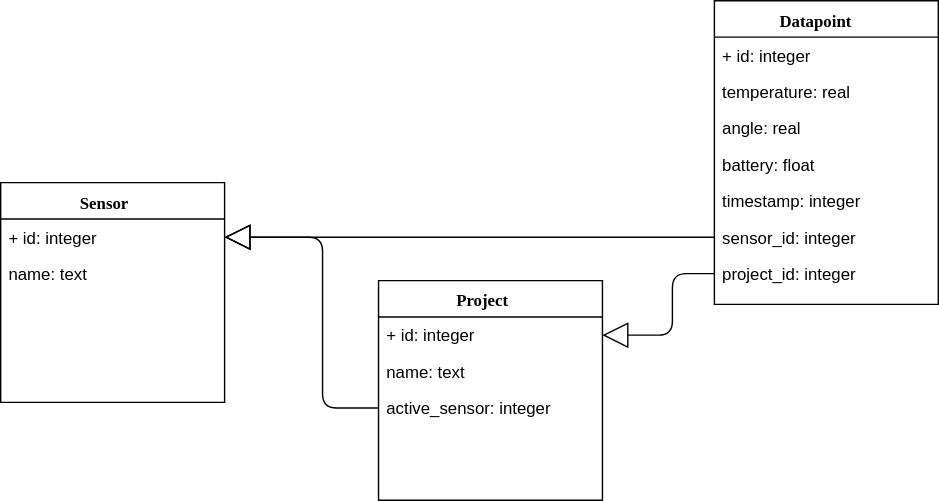
The draw.io diagram documentation/Database.svg in jordanpenard/brew-monitor, before a commit. Source tidied: cells renumbered, new cells last; positions are measured from the earlier drawing's top-left corner, leaving out a move shared by most shapes.
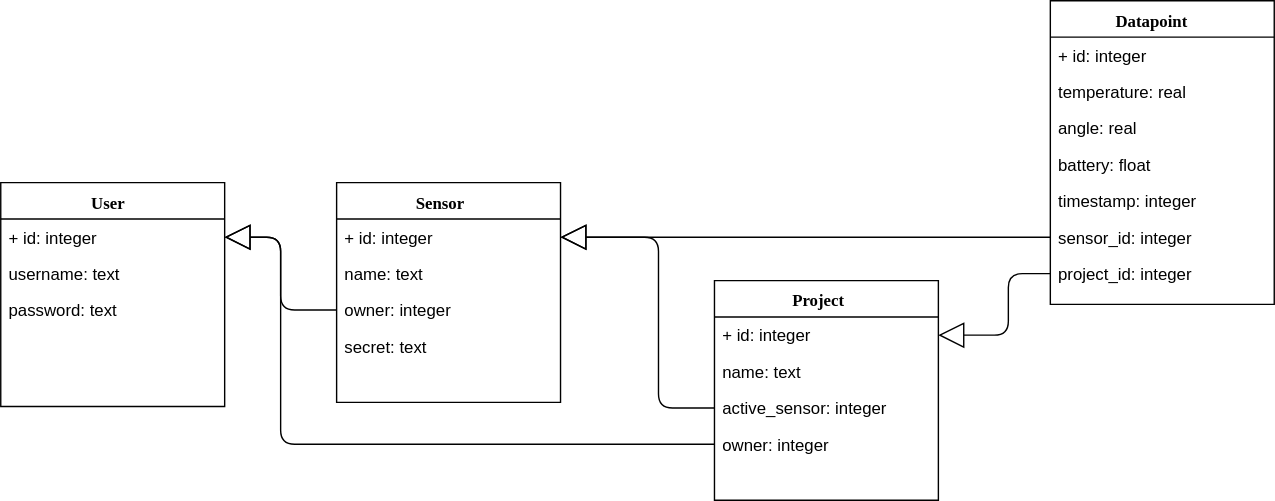
The same diagram one commit later.

Commit message:
[DB doc] Adding user managment (User table and owner fields) and secret field to Sensor

What changed in the source:
```diff
@@ -11,6 +11,12 @@
     <mxCell id="4" value="name: text" style="text;html=1;strokeColor=none;fillColor=none;align=left;verticalAlign=top;spacingLeft=4;spacingRight=4;whiteSpace=wrap;overflow=hidden;" parent="2" vertex="1">
       <mxGeometry y="52" width="160" height="26" as="geometry" />
     </mxCell>
+    <mxCell id="20" value="owner: integer" style="text;html=1;strokeColor=none;fillColor=none;align=left;verticalAlign=top;spacingLeft=4;spacingRight=4;whiteSpace=wrap;overflow=hidden;points=[[0,0.5],[1,0.5]];portConstraint=eastwest;" parent="2" vertex="1">
+      <mxGeometry y="78" width="160" height="26" as="geometry" />
+    </mxCell>
+    <mxCell id="21" value="secret: text" style="text;html=1;strokeColor=none;fillColor=none;align=left;verticalAlign=top;spacingLeft=4;spacingRight=4;whiteSpace=wrap;overflow=hidden;" parent="2" vertex="1">
+      <mxGeometry y="104" width="160" height="26" as="geometry" />
+    </mxCell>
     <mxCell id="5" value="Project" style="swimlane;html=1;fontStyle=1;align=center;verticalAlign=top;horizontal=1;startSize=26;swimlaneFillColor=#ffffff;rounded=0;shadow=0;comic=0;labelBackgroundColor=none;strokeWidth=1;fillColor=none;fontFamily=Verdana;fontSize=12;" parent="1" vertex="1">
       <mxGeometry x="270" y="200" width="160" height="157" as="geometry" />
     </mxCell>
@@ -23,6 +29,9 @@
     <mxCell id="8" value="active_sensor: integer" style="text;html=1;strokeColor=none;fillColor=none;align=left;verticalAlign=top;spacingLeft=4;spacingRight=4;whiteSpace=wrap;overflow=hidden;points=[[0,0.5],[1,0.5]];portConstraint=eastwest;" parent="5" vertex="1">
       <mxGeometry y="78" width="160" height="26" as="geometry" />
     </mxCell>
+    <mxCell id="22" value="owner: integer" style="text;html=1;strokeColor=none;fillColor=none;align=left;verticalAlign=top;spacingLeft=4;spacingRight=4;whiteSpace=wrap;overflow=hidden;points=[[0,0.5],[1,0.5]];portConstraint=eastwest;" parent="5" vertex="1">
+      <mxGeometry y="104" width="160" height="26" as="geometry" />
+    </mxCell>
     <mxCell id="9" value="Datapoint" style="swimlane;html=1;fontStyle=1;align=center;verticalAlign=top;horizontal=1;startSize=26;swimlaneFillColor=#ffffff;rounded=0;shadow=0;comic=0;labelBackgroundColor=none;strokeWidth=1;fillColor=none;fontFamily=Verdana;fontSize=12;" parent="1" vertex="1">
       <mxGeometry x="510" width="160" height="217" as="geometry" />
     </mxCell>
@@ -71,5 +80,33 @@
         </Array>
       </mxGeometry>
     </mxCell>
+    <mxCell id="23" value="User" style="swimlane;html=1;fontStyle=1;align=center;verticalAlign=top;horizontal=1;startSize=26;swimlaneFillColor=#ffffff;rounded=0;shadow=0;comic=0;labelBackgroundColor=none;strokeWidth=1;fillColor=none;fontFamily=Verdana;fontSize=12;" parent="1" vertex="1">
+      <mxGeometry x="-240" y="130" width="160" height="160" as="geometry" />
+    </mxCell>
+    <mxCell id="24" value="+ id: integer" style="text;html=1;strokeColor=none;fillColor=none;align=left;verticalAlign=top;spacingLeft=4;spacingRight=4;whiteSpace=wrap;overflow=hidden;points=[[0,0.5],[1,0.5]];portConstraint=eastwest;" parent="23" vertex="1">
+      <mxGeometry y="26" width="160" height="26" as="geometry" />
+    </mxCell>
+    <mxCell id="25" value="username: text" style="text;html=1;strokeColor=none;fillColor=none;align=left;verticalAlign=top;spacingLeft=4;spacingRight=4;whiteSpace=wrap;overflow=hidden;" parent="23" vertex="1">
+      <mxGeometry y="52" width="160" height="26" as="geometry" />
+    </mxCell>
+    <mxCell id="26" value="password: text" style="text;html=1;strokeColor=none;fillColor=none;align=left;verticalAlign=top;spacingLeft=4;spacingRight=4;whiteSpace=wrap;overflow=hidden;" parent="23" vertex="1">
+      <mxGeometry y="78" width="160" height="26" as="geometry" />
+    </mxCell>
+    <mxCell id="27" style="edgeStyle=orthogonalEdgeStyle;html=1;labelBackgroundColor=none;startFill=0;startSize=8;endArrow=block;endFill=0;endSize=16;fontFamily=Verdana;fontSize=12;exitX=0;exitY=0.5;exitDx=0;exitDy=0;entryX=1;entryY=0.5;entryDx=0;entryDy=0;" parent="1" edge="1" source="20" target="24">
+      <mxGeometry relative="1" as="geometry">
+        <Array as="points">
+          <mxPoint x="-40" y="221" />
+          <mxPoint x="-40" y="169" />
+        </Array>
+      </mxGeometry>
+    </mxCell>
+    <mxCell id="28" style="edgeStyle=orthogonalEdgeStyle;html=1;labelBackgroundColor=none;startFill=0;startSize=8;endArrow=block;endFill=0;endSize=16;fontFamily=Verdana;fontSize=12;exitX=0;exitY=0.5;exitDx=0;exitDy=0;entryX=1;entryY=0.5;entryDx=0;entryDy=0;" parent="1" edge="1" source="22" target="24">
+      <mxGeometry relative="1" as="geometry">
+        <Array as="points">
+          <mxPoint x="-40" y="317" />
+          <mxPoint x="-40" y="169" />
+        </Array>
+      </mxGeometry>
+    </mxCell>
   </root>
 </mxGraphModel>
```
